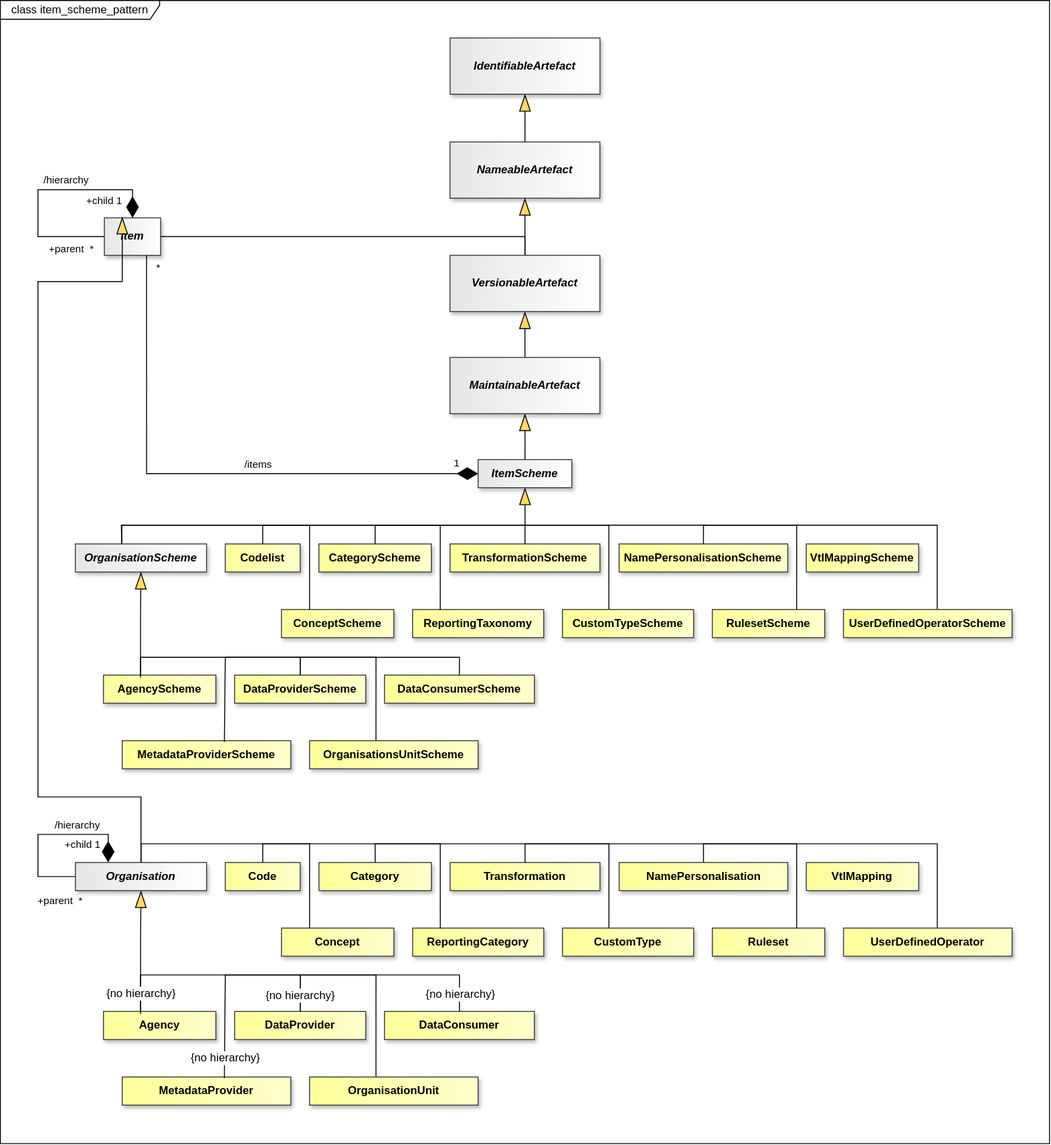
Earlier version of the draw.io export docs/information_model/media/sdmx_base-item_scheme_pattern.svg (sdmx-twg/sdmx-im). Source tidied: cells renumbered, new cells last; positions are measured from the earlier drawing's top-left corner, leaving out a move shared by most shapes.
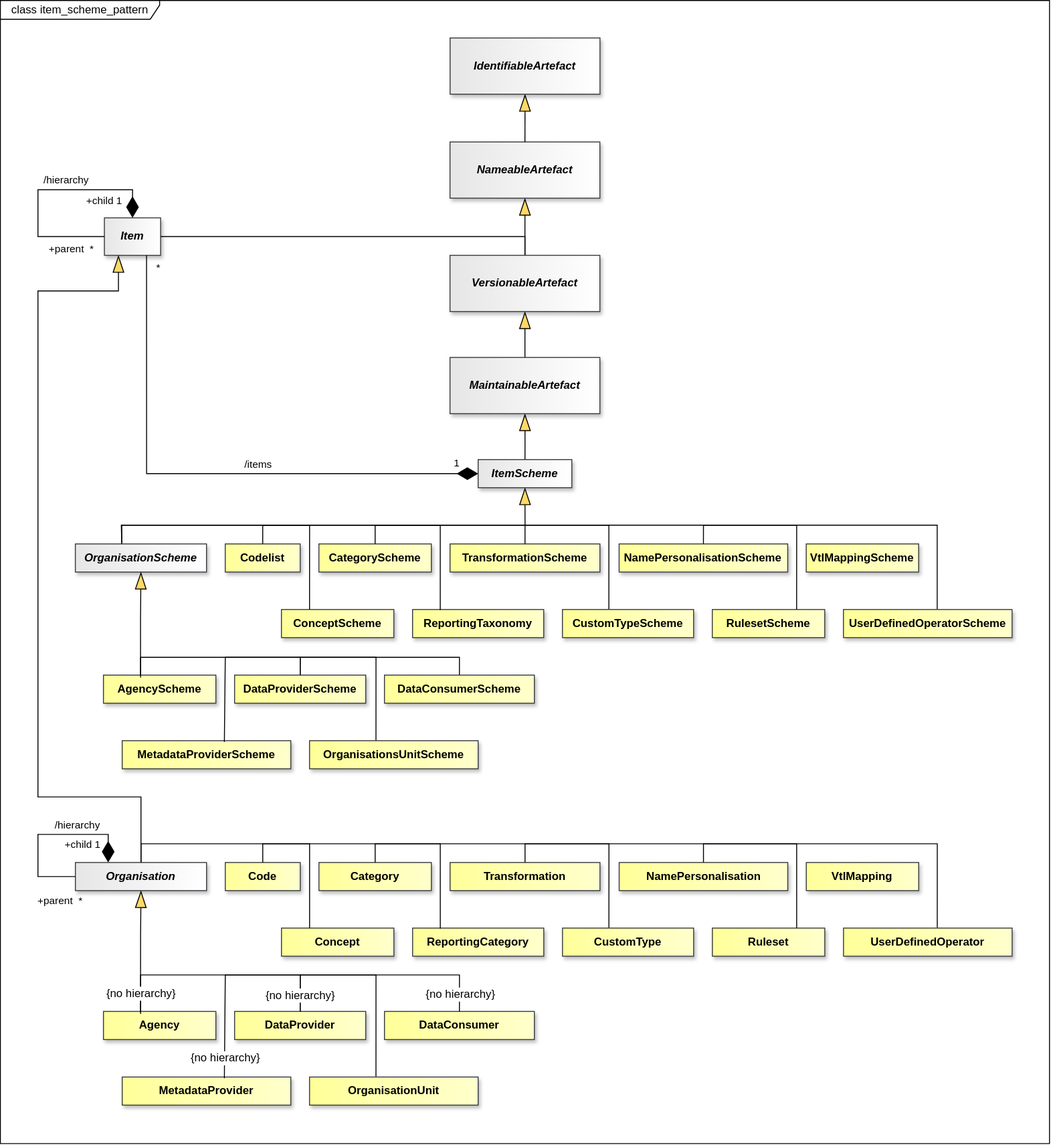
Later version of the same file.

Diff of the diagram source:
```diff
@@ -263,14 +263,13 @@
     <mxCell id="64" value="&lt;span&gt;&lt;span&gt;VtlMapping&lt;/span&gt;&lt;/span&gt;" style="whiteSpace=wrap;html=1;verticalAlign=middle;gradientDirection=east;imageVerticalAlign=top;fontStyle=1;fillColor=light-dark(#FFFF99,#FFFF99);strokeColor=#36393d;fontColor=light-dark(#000000,#000000);gradientColor=light-dark(#FFFFCC,#FFFFCC);shadow=1;" parent="1" vertex="1">
       <mxGeometry x="860.2" y="920" width="120" height="30" as="geometry" />
     </mxCell>
-    <mxCell id="65" style="endArrow=blockThin;endSize=16;endFill=1;html=1;rounded=0;startFill=0;endFillColor=light-dark(#FFD966,#FFD966);strokeColor=light-dark(#000000,#FFFFFF);startFillColor=light-dark(#000000,#FFFFFF);labelBackgroundColor=none;labelBorderColor=light-dark(#000000,#FFFFFF);exitX=0.5;exitY=0;exitDx=0;exitDy=0;" parent="1" edge="1" source="59">
-      <mxGeometry relative="1" as="geometry">
-        <mxPoint x="130" y="231" as="targetPoint" />
+    <mxCell id="65" style="endArrow=blockThin;endSize=16;endFill=1;html=1;rounded=0;startFill=0;endFillColor=light-dark(#FFD966,#FFD966);strokeColor=light-dark(#000000,#FFFFFF);startFillColor=light-dark(#000000,#FFFFFF);labelBackgroundColor=none;labelBorderColor=light-dark(#000000,#FFFFFF);exitX=0.5;exitY=0;exitDx=0;exitDy=0;entryX=0.25;entryY=1;entryDx=0;entryDy=0;" parent="1" edge="1" source="59" target="27">
+      <mxGeometry x="0.05" relative="1" as="geometry">
         <Array as="points">
           <mxPoint x="150" y="850" />
           <mxPoint x="40" y="850" />
-          <mxPoint x="40" y="300" />
-          <mxPoint x="130" y="300" />
+          <mxPoint x="40" y="310" />
+          <mxPoint x="126" y="310" />
         </Array>
       </mxGeometry>
     </mxCell>
```
